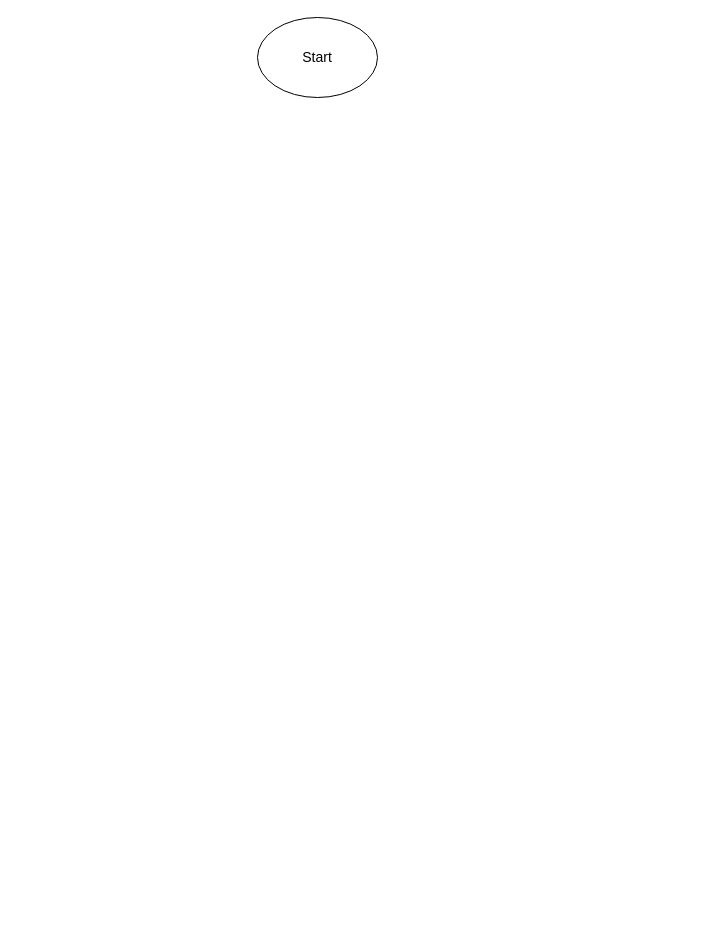
Above: TraniningStrategy.drawio in lukas0173/Draw.io (draw.io), before the change. Source tidied: cells renumbered, new cells numbered last; positions are measured from the earlier drawing's top-left corner, leaving out a move shared by most shapes. Both pictures are drawn from the tidied source at 100%, with x=0, y=0 at pixel (257, 17).
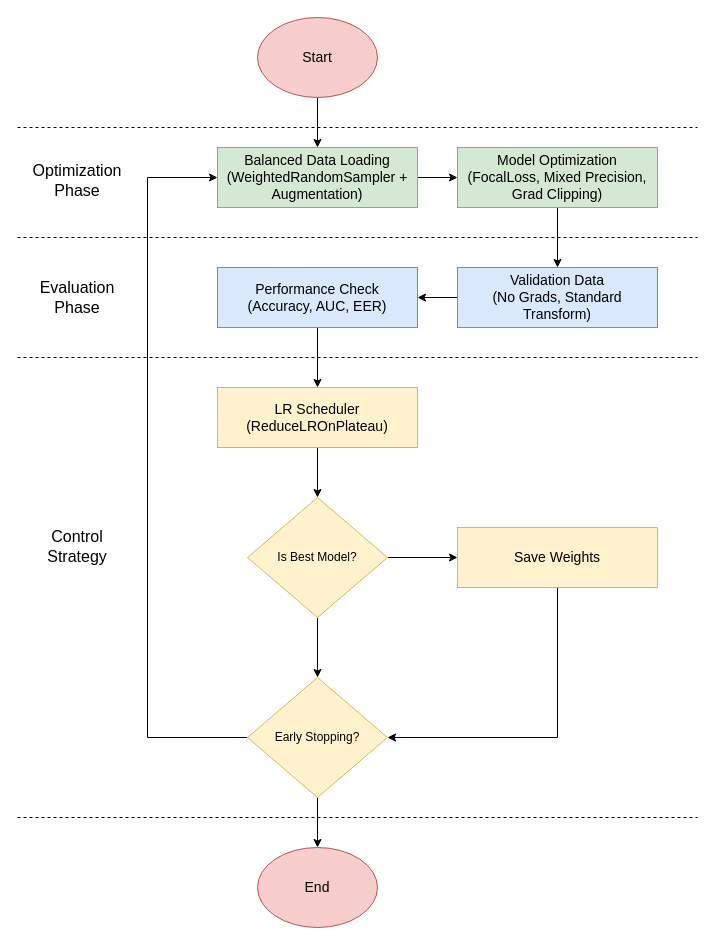
Above is the later version.

Diff of the diagram source:
```diff
@@
+    <mxCell id="3" style="edgeStyle=orthogonalEdgeStyle;rounded=0;jettySize=auto;html=1;entryX=0.5;entryY=0;entryDx=0;entryDy=0;" parent="1" edge="1" source="2" target="5">
+      <mxGeometry relative="1" as="geometry" />
+    </mxCell>
-    <mxCell id="2" value="Start" style="ellipse;whiteSpace=wrap;html=1;fontSize=14;" parent="1" vertex="1">
+    <mxCell id="2" value="Start" style="ellipse;whiteSpace=wrap;html=1;fontSize=14;fillColor=#f8cecc;strokeColor=#b85450;" parent="1" vertex="1">
       <mxGeometry width="120" height="80" as="geometry" />
     </mxCell>
+    <mxCell id="4" style="edgeStyle=orthogonalEdgeStyle;rounded=0;jettySize=auto;html=1;fontSize=14;" parent="1" edge="1" source="5" target="7">
+      <mxGeometry relative="1" as="geometry" />
+    </mxCell>
+    <mxCell id="5" value="Balanced Data Loading&lt;div&gt;(WeightedRandomSampler + Augmentation)&lt;/div&gt;" style="rounded=0;whiteSpace=wrap;html=1;fontSize=14;fillColor=#d5e8d4;strokeColor=#82b366;" parent="1" vertex="1">
+      <mxGeometry x="-40" y="130" width="200" height="60" as="geometry" />
+    </mxCell>
+    <mxCell id="6" style="edgeStyle=orthogonalEdgeStyle;rounded=0;jettySize=auto;html=1;" parent="1" edge="1" source="7" target="9">
+      <mxGeometry relative="1" as="geometry" />
+    </mxCell>
+    <mxCell id="7" value="Model Optimization&lt;div&gt;(FocalLoss, Mixed Precision, Grad Clipping)&lt;/div&gt;" style="rounded=0;whiteSpace=wrap;html=1;fontSize=14;fillColor=#d5e8d4;strokeColor=#82b366;" parent="1" vertex="1">
+      <mxGeometry x="200" y="130" width="200" height="60" as="geometry" />
+    </mxCell>
+    <mxCell id="8" style="edgeStyle=orthogonalEdgeStyle;rounded=0;jettySize=auto;html=1;" parent="1" edge="1" source="9" target="11">
+      <mxGeometry relative="1" as="geometry" />
+    </mxCell>
+    <mxCell id="9" value="Validation Data&lt;div&gt;(No Grads, Standard Transform)&lt;/div&gt;" style="rounded=0;whiteSpace=wrap;html=1;fontSize=14;fillColor=#dae8fc;strokeColor=#6c8ebf;" parent="1" vertex="1">
+      <mxGeometry x="200" y="250" width="200" height="60" as="geometry" />
+    </mxCell>
+    <mxCell id="10" style="edgeStyle=orthogonalEdgeStyle;rounded=0;jettySize=auto;html=1;" parent="1" edge="1" source="11" target="13">
+      <mxGeometry relative="1" as="geometry" />
+    </mxCell>
+    <mxCell id="11" value="Performance Check&lt;div&gt;(Accuracy, AUC, EER)&lt;/div&gt;" style="rounded=0;whiteSpace=wrap;html=1;fontSize=14;fillColor=#dae8fc;strokeColor=#6c8ebf;" parent="1" vertex="1">
+      <mxGeometry x="-40" y="250" width="200" height="60" as="geometry" />
+    </mxCell>
+    <mxCell id="12" style="edgeStyle=orthogonalEdgeStyle;rounded=0;jettySize=auto;html=1;" parent="1" edge="1" source="13" target="16">
+      <mxGeometry relative="1" as="geometry" />
+    </mxCell>
+    <mxCell id="13" value="LR Scheduler&lt;div&gt;(ReduceLROnPlateau)&lt;/div&gt;" style="rounded=0;whiteSpace=wrap;html=1;fontSize=14;fillColor=#fff2cc;strokeColor=#d6b656;" parent="1" vertex="1">
+      <mxGeometry x="-40" y="370" width="200" height="60" as="geometry" />
+    </mxCell>
+    <mxCell id="14" style="edgeStyle=orthogonalEdgeStyle;rounded=0;jettySize=auto;html=1;entryX=0.5;entryY=0;entryDx=0;entryDy=0;" parent="1" edge="1" source="16" target="21">
+      <mxGeometry relative="1" as="geometry" />
+    </mxCell>
+    <mxCell id="15" style="edgeStyle=orthogonalEdgeStyle;rounded=0;jettySize=auto;html=1;entryX=0;entryY=0.5;entryDx=0;entryDy=0;" parent="1" edge="1" source="16" target="18">
+      <mxGeometry relative="1" as="geometry" />
+    </mxCell>
+    <mxCell id="16" value="Is Best Model?" style="rhombus;whiteSpace=wrap;html=1;fillColor=#fff2cc;strokeColor=#d6b656;" parent="1" vertex="1">
+      <mxGeometry x="-10" y="480" width="140" height="120" as="geometry" />
+    </mxCell>
+    <mxCell id="17" style="edgeStyle=orthogonalEdgeStyle;rounded=0;jettySize=auto;html=1;entryX=1;entryY=0.5;entryDx=0;entryDy=0;" parent="1" edge="1" source="18" target="21">
+      <mxGeometry relative="1" as="geometry">
+        <Array as="points">
+          <mxPoint x="300" y="720" />
+        </Array>
+      </mxGeometry>
+    </mxCell>
+    <mxCell id="18" value="Save Weights" style="rounded=0;whiteSpace=wrap;html=1;fontSize=14;fillColor=#fff2cc;strokeColor=#d6b656;" parent="1" vertex="1">
+      <mxGeometry x="200" y="510" width="200" height="60" as="geometry" />
+    </mxCell>
+    <mxCell id="19" style="edgeStyle=orthogonalEdgeStyle;rounded=0;jettySize=auto;html=1;entryX=0.5;entryY=0;entryDx=0;entryDy=0;" parent="1" edge="1" source="21" target="22">
+      <mxGeometry relative="1" as="geometry" />
+    </mxCell>
+    <mxCell id="20" style="edgeStyle=orthogonalEdgeStyle;rounded=0;jettySize=auto;html=1;entryX=0;entryY=0.5;entryDx=0;entryDy=0;" parent="1" edge="1" source="21" target="5">
+      <mxGeometry relative="1" as="geometry">
+        <Array as="points">
+          <mxPoint x="-110" y="720" />
+          <mxPoint x="-110" y="160" />
+        </Array>
+      </mxGeometry>
+    </mxCell>
+    <mxCell id="21" value="Early Stopping?" style="rhombus;whiteSpace=wrap;html=1;fillColor=#fff2cc;strokeColor=#d6b656;" parent="1" vertex="1">
+      <mxGeometry x="-10" y="660" width="140" height="120" as="geometry" />
+    </mxCell>
+    <mxCell id="22" value="End" style="ellipse;whiteSpace=wrap;html=1;fontSize=14;fillColor=#f8cecc;strokeColor=#b85450;" parent="1" vertex="1">
+      <mxGeometry y="830" width="120" height="80" as="geometry" />
+    </mxCell>
+    <mxCell id="23" style="endArrow=none;dashed=1;html=1;rounded=0;" parent="1" edge="1">
+      <mxGeometry relative="1" as="geometry">
+        <mxPoint x="-240" y="110" as="sourcePoint" />
+        <mxPoint x="440" y="110" as="targetPoint" />
+      </mxGeometry>
+    </mxCell>
+    <mxCell id="24" style="endArrow=none;dashed=1;html=1;rounded=0;" parent="1" edge="1">
+      <mxGeometry relative="1" as="geometry">
+        <mxPoint x="-240" y="220" as="sourcePoint" />
+        <mxPoint x="440" y="220" as="targetPoint" />
+      </mxGeometry>
+    </mxCell>
+    <mxCell id="25" style="endArrow=none;dashed=1;html=1;rounded=0;" parent="1" edge="1">
+      <mxGeometry relative="1" as="geometry">
+        <mxPoint x="-240" y="340" as="sourcePoint" />
+        <mxPoint x="440" y="340" as="targetPoint" />
+      </mxGeometry>
+    </mxCell>
+    <mxCell id="26" style="endArrow=none;dashed=1;html=1;rounded=0;" parent="1" edge="1">
+      <mxGeometry relative="1" as="geometry">
+        <mxPoint x="-240" y="800" as="sourcePoint" />
+        <mxPoint x="440" y="800" as="targetPoint" />
+      </mxGeometry>
+    </mxCell>
+    <mxCell id="27" value="Optimization Phase" style="text;html=1;whiteSpace=wrap;strokeColor=none;fillColor=none;align=center;verticalAlign=middle;rounded=0;fontSize=16;" parent="1" vertex="1">
+      <mxGeometry x="-240" y="135" width="120" height="55" as="geometry" />
+    </mxCell>
+    <mxCell id="28" value="Evaluation&lt;div&gt;Phase&lt;/div&gt;" style="text;html=1;whiteSpace=wrap;strokeColor=none;fillColor=none;align=center;verticalAlign=middle;rounded=0;fontSize=16;" parent="1" vertex="1">
+      <mxGeometry x="-240" y="252.5" width="120" height="55" as="geometry" />
+    </mxCell>
+    <mxCell id="29" value="Control&lt;div&gt;Strategy&lt;/div&gt;" style="text;html=1;whiteSpace=wrap;strokeColor=none;fillColor=none;align=center;verticalAlign=middle;rounded=0;fontSize=16;" parent="1" vertex="1">
+      <mxGeometry x="-240" y="500" width="120" height="57.5" as="geometry" />
+    </mxCell>
```
